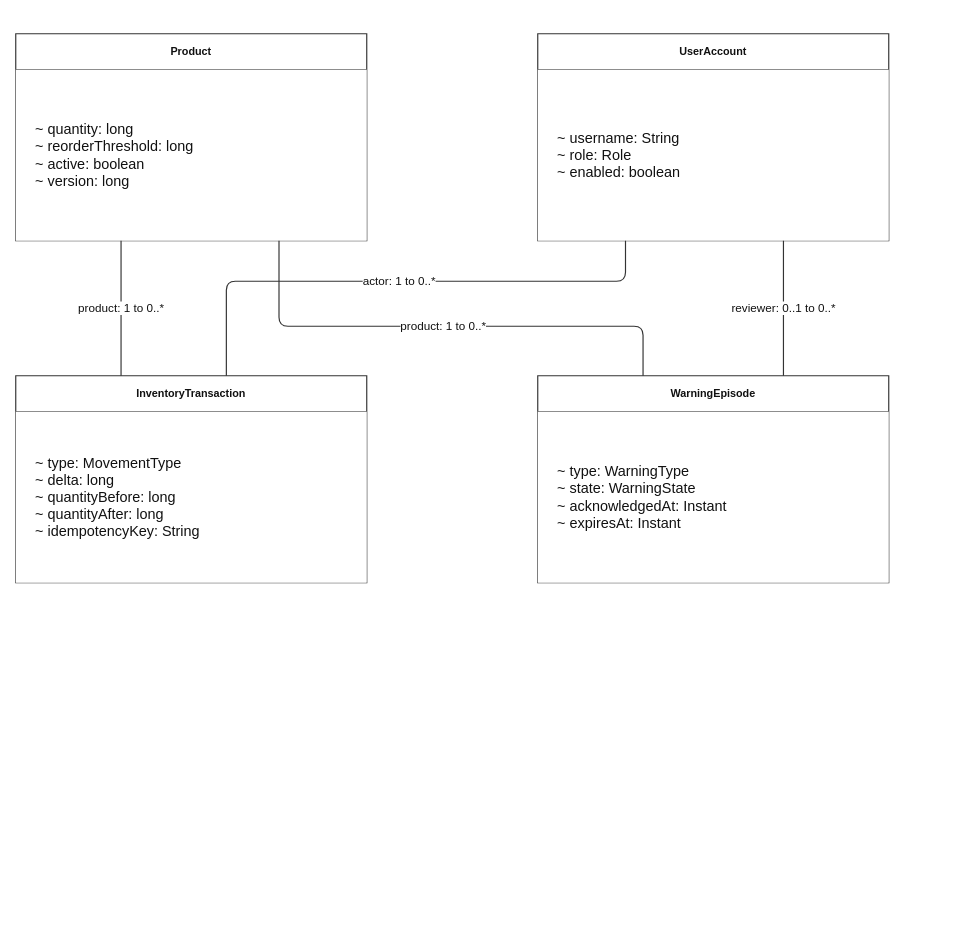
Earlier version of the draw.io diagram thesis/figure-assets/diagrams/16-uml-domain.drawio (ZeroRegister/SupermarketsSystem). Source tidied: cells renumbered, new cells numbered last; positions are measured from the earlier drawing's top-left corner, leaving out a move shared by most shapes. Both pictures are drawn from the tidied source at 90%, with x=0, y=0 at pixel (15, 33).
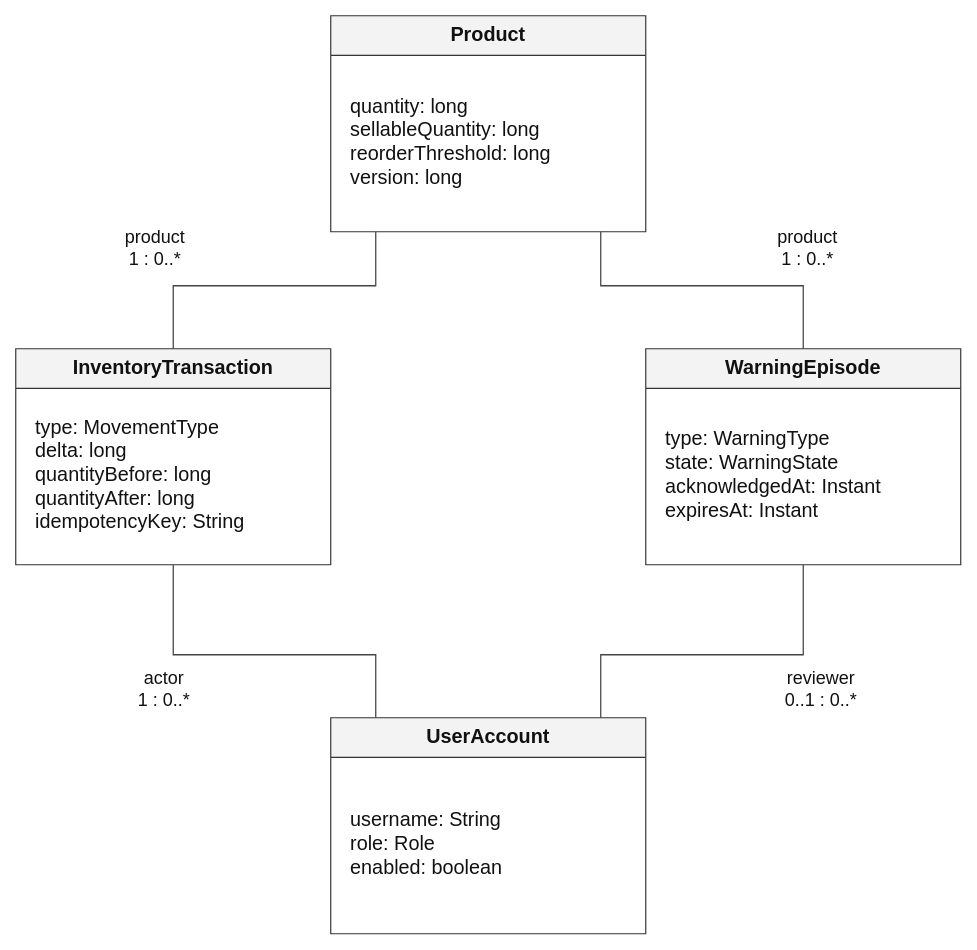
After the change.

Change to the diagram source:
```diff
@@
-    <mxCell id="2" value="Product" style="whiteSpace=wrap;html=1;fontFamily=Arial;fontSize=16;fontColor=#111111;strokeColor=#333333;strokeWidth=1.3;rounded=0;fillColor=#ffffff;swimlane;startSize=40;fontStyle=1;" parent="1" vertex="1">
-      <mxGeometry width="390" height="230" as="geometry" />
+    <mxCell id="2" value="Product" style="whiteSpace=wrap;html=1;fontFamily=Arial;fontSize=22;fontColor=#111111;strokeColor=#333333;strokeWidth=1.3;rounded=0;fillColor=#ffffff;swimlane;startSize=44;fontStyle=1;fillColor=#f3f3f3;fontSize=22;" parent="1" vertex="1">
+      <mxGeometry x="350" y="-20" width="350" height="240" as="geometry" />
     </mxCell>
-    <mxCell id="3" value="&lt;div style=&quot;text-align:left&quot;&gt;~ quantity: long&lt;br&gt;~ reorderThreshold: long&lt;br&gt;~ active: boolean&lt;br&gt;~ version: long&lt;/div&gt;" style="whiteSpace=wrap;html=1;fontFamily=Arial;fontSize=16;fontColor=#111111;strokeColor=#333333;strokeWidth=1.3;rounded=0;fillColor=#ffffff;strokeColor=none;align=left;spacingLeft=20;" parent="2" vertex="1">
-      <mxGeometry y="40" width="390" height="190" as="geometry" />
+    <mxCell id="3" value="quantity: long&#10;sellableQuantity: long&#10;reorderThreshold: long&#10;version: long" style="whiteSpace=wrap;html=1;fontFamily=Arial;fontSize=22;fontColor=#111111;strokeColor=#333333;strokeWidth=1.3;rounded=0;fillColor=#ffffff;strokeColor=none;align=left;spacingLeft=10;fontSize=22;" parent="1" vertex="1">
+      <mxGeometry x="360" y="35" width="330" height="170" as="geometry" />
     </mxCell>
-    <mxCell id="4" value="UserAccount" style="whiteSpace=wrap;html=1;fontFamily=Arial;fontSize=16;fontColor=#111111;strokeColor=#333333;strokeWidth=1.3;rounded=0;fillColor=#ffffff;swimlane;startSize=40;fontStyle=1;" parent="1" vertex="1">
-      <mxGeometry x="580" width="390" height="230" as="geometry" />
+    <mxCell id="4" value="InventoryTransaction" style="whiteSpace=wrap;html=1;fontFamily=Arial;fontSize=22;fontColor=#111111;strokeColor=#333333;strokeWidth=1.3;rounded=0;fillColor=#ffffff;swimlane;startSize=44;fontStyle=1;fillColor=#f3f3f3;fontSize=22;" parent="1" vertex="1">
+      <mxGeometry y="350" width="350" height="240" as="geometry" />
     </mxCell>
-    <mxCell id="5" value="&lt;div style=&quot;text-align:left&quot;&gt;~ username: String&lt;br&gt;~ role: Role&lt;br&gt;~ enabled: boolean&lt;/div&gt;" style="whiteSpace=wrap;html=1;fontFamily=Arial;fontSize=16;fontColor=#111111;strokeColor=#333333;strokeWidth=1.3;rounded=0;fillColor=#ffffff;strokeColor=none;align=left;spacingLeft=20;" parent="4" vertex="1">
-      <mxGeometry y="40" width="390" height="190" as="geometry" />
+    <mxCell id="5" value="type: MovementType&#10;delta: long&#10;quantityBefore: long&#10;quantityAfter: long&#10;idempotencyKey: String" style="whiteSpace=wrap;html=1;fontFamily=Arial;fontSize=22;fontColor=#111111;strokeColor=#333333;strokeWidth=1.3;rounded=0;fillColor=#ffffff;strokeColor=none;align=left;spacingLeft=10;fontSize=22;" parent="1" vertex="1">
+      <mxGeometry x="10" y="405" width="330" height="170" as="geometry" />
     </mxCell>
-    <mxCell id="6" value="InventoryTransaction" style="whiteSpace=wrap;html=1;fontFamily=Arial;fontSize=16;fontColor=#111111;strokeColor=#333333;strokeWidth=1.3;rounded=0;fillColor=#ffffff;swimlane;startSize=40;fontStyle=1;" parent="1" vertex="1">
-      <mxGeometry y="380" width="390" height="230" as="geometry" />
+    <mxCell id="6" value="WarningEpisode" style="whiteSpace=wrap;html=1;fontFamily=Arial;fontSize=22;fontColor=#111111;strokeColor=#333333;strokeWidth=1.3;rounded=0;fillColor=#ffffff;swimlane;startSize=44;fontStyle=1;fillColor=#f3f3f3;fontSize=22;" parent="1" vertex="1">
+      <mxGeometry x="700" y="350" width="350" height="240" as="geometry" />
     </mxCell>
-    <mxCell id="7" value="&lt;div style=&quot;text-align:left&quot;&gt;~ type: MovementType&lt;br&gt;~ delta: long&lt;br&gt;~ quantityBefore: long&lt;br&gt;~ quantityAfter: long&lt;br&gt;~ idempotencyKey: String&lt;/div&gt;" style="whiteSpace=wrap;html=1;fontFamily=Arial;fontSize=16;fontColor=#111111;strokeColor=#333333;strokeWidth=1.3;rounded=0;fillColor=#ffffff;strokeColor=none;align=left;spacingLeft=20;" parent="6" vertex="1">
-      <mxGeometry y="40" width="390" height="190" as="geometry" />
+    <mxCell id="7" value="type: WarningType&#10;state: WarningState&#10;acknowledgedAt: Instant&#10;expiresAt: Instant" style="whiteSpace=wrap;html=1;fontFamily=Arial;fontSize=22;fontColor=#111111;strokeColor=#333333;strokeWidth=1.3;rounded=0;fillColor=#ffffff;strokeColor=none;align=left;spacingLeft=10;fontSize=22;" parent="1" vertex="1">
+      <mxGeometry x="710" y="405" width="330" height="170" as="geometry" />
     </mxCell>
-    <mxCell id="8" value="WarningEpisode" style="whiteSpace=wrap;html=1;fontFamily=Arial;fontSize=16;fontColor=#111111;strokeColor=#333333;strokeWidth=1.3;rounded=0;fillColor=#ffffff;swimlane;startSize=40;fontStyle=1;" parent="1" vertex="1">
-      <mxGeometry x="580" y="380" width="390" height="230" as="geometry" />
+    <mxCell id="8" value="UserAccount" style="whiteSpace=wrap;html=1;fontFamily=Arial;fontSize=22;fontColor=#111111;strokeColor=#333333;strokeWidth=1.3;rounded=0;fillColor=#ffffff;swimlane;startSize=44;fontStyle=1;fillColor=#f3f3f3;fontSize=22;" parent="1" vertex="1">
+      <mxGeometry x="350" y="760" width="350" height="240" as="geometry" />
     </mxCell>
-    <mxCell id="9" value="&lt;div style=&quot;text-align:left&quot;&gt;~ type: WarningType&lt;br&gt;~ state: WarningState&lt;br&gt;~ acknowledgedAt: Instant&lt;br&gt;~ expiresAt: Instant&lt;/div&gt;" style="whiteSpace=wrap;html=1;fontFamily=Arial;fontSize=16;fontColor=#111111;strokeColor=#333333;strokeWidth=1.3;rounded=0;fillColor=#ffffff;strokeColor=none;align=left;spacingLeft=20;" parent="8" vertex="1">
-      <mxGeometry y="40" width="390" height="190" as="geometry" />
+    <mxCell id="9" value="username: String&#10;role: Role&#10;enabled: boolean" style="whiteSpace=wrap;html=1;fontFamily=Arial;fontSize=22;fontColor=#111111;strokeColor=#333333;strokeWidth=1.3;rounded=0;fillColor=#ffffff;strokeColor=none;align=left;spacingLeft=10;fontSize=22;" parent="1" vertex="1">
+      <mxGeometry x="360" y="815" width="330" height="170" as="geometry" />
     </mxCell>
-    <mxCell id="10" value="product: 1 to 0..*" style="whiteSpace=wrap;html=1;fontFamily=Arial;fontSize=16;fontColor=#111111;strokeColor=#333333;strokeWidth=1.3;edgeStyle=orthogonalEdgeStyle;rounded=1;jettySize=auto;fontSize=13;whiteSpace=nowrap;labelBackgroundColor=#ffffff;endArrow=block;endFill=1;endArrow=none;exitX=0.3;exitY=1;entryX=0.3;entryY=0;" parent="1" edge="1" source="2" target="6">
-      <mxGeometry relative="1" as="geometry" />
+    <mxCell id="10" style="html=1;rounded=0;strokeColor=#444444;strokeWidth=1.4;endArrow=none;endFill=1;" parent="1" edge="1">
+      <mxGeometry relative="1" as="geometry">
+        <mxPoint x="400" y="220" as="sourcePoint" />
+        <mxPoint x="175" y="350" as="targetPoint" />
+        <Array as="points">
+          <mxPoint x="400" y="280" />
+          <mxPoint x="175" y="280" />
+        </Array>
+      </mxGeometry>
     </mxCell>
-    <mxCell id="11" value="reviewer: 0..1 to 0..*" style="whiteSpace=wrap;html=1;fontFamily=Arial;fontSize=16;fontColor=#111111;strokeColor=#333333;strokeWidth=1.3;edgeStyle=orthogonalEdgeStyle;rounded=1;jettySize=auto;fontSize=13;whiteSpace=nowrap;labelBackgroundColor=#ffffff;endArrow=block;endFill=1;endArrow=none;exitX=0.7;exitY=1;entryX=0.7;entryY=0;" parent="1" edge="1" source="4" target="8">
-      <mxGeometry relative="1" as="geometry" />
+    <mxCell id="11" value="product&#10;1 : 0..*" style="whiteSpace=wrap;html=1;fontFamily=Arial;fontSize=22;fontColor=#111111;strokeColor=#333333;strokeWidth=1.3;rounded=0;fillColor=#ffffff;strokeColor=none;fillColor=#ffffff;fontSize=20;fontSize=20;" parent="1" vertex="1">
+      <mxGeometry x="40" y="205" width="230" height="64" as="geometry" />
     </mxCell>
-    <mxCell id="12" value="product: 1 to 0..*" style="whiteSpace=wrap;html=1;fontFamily=Arial;fontSize=16;fontColor=#111111;strokeColor=#333333;strokeWidth=1.3;edgeStyle=orthogonalEdgeStyle;rounded=1;jettySize=auto;fontSize=13;whiteSpace=nowrap;labelBackgroundColor=#ffffff;endArrow=block;endFill=1;endArrow=none;exitX=0.75;exitY=1;entryX=0.3;entryY=0;" parent="1" edge="1" source="2" target="8">
+    <mxCell id="12" style="html=1;rounded=0;strokeColor=#444444;strokeWidth=1.4;endArrow=none;endFill=1;" parent="1" edge="1">
       <mxGeometry relative="1" as="geometry">
+        <mxPoint x="650" y="220" as="sourcePoint" />
+        <mxPoint x="875" y="350" as="targetPoint" />
         <Array as="points">
-          <mxPoint x="292" y="325" />
-          <mxPoint x="697" y="325" />
+          <mxPoint x="650" y="280" />
+          <mxPoint x="875" y="280" />
         </Array>
       </mxGeometry>
     </mxCell>
-    <mxCell id="13" value="actor: 1 to 0..*" style="whiteSpace=wrap;html=1;fontFamily=Arial;fontSize=16;fontColor=#111111;strokeColor=#333333;strokeWidth=1.3;edgeStyle=orthogonalEdgeStyle;rounded=1;jettySize=auto;fontSize=13;whiteSpace=nowrap;labelBackgroundColor=#ffffff;endArrow=block;endFill=1;endArrow=none;exitX=0.25;exitY=1;entryX=0.6;entryY=0;" parent="1" edge="1" source="4" target="6">
-      <mxGeometry relative="1" as="geometry">
-        <Array as="points">
-          <mxPoint x="677" y="275" />
-          <mxPoint x="234" y="275" />
-        </Array>
-      </mxGeometry>
+    <mxCell id="13" value="product&#10;1 : 0..*" style="whiteSpace=wrap;html=1;fontFamily=Arial;fontSize=22;fontColor=#111111;strokeColor=#333333;strokeWidth=1.3;rounded=0;fillColor=#ffffff;strokeColor=none;fillColor=#ffffff;fontSize=20;fontSize=20;" parent="1" vertex="1">
+      <mxGeometry x="765" y="205" width="230" height="64" as="geometry" />
     </mxCell>
+    <mxCell id="14" style="html=1;rounded=0;strokeColor=#444444;strokeWidth=1.4;endArrow=none;endFill=1;" parent="1" edge="1">
+      <mxGeometry relative="1" as="geometry">
+        <mxPoint x="400" y="760" as="sourcePoint" />
+        <mxPoint x="175" y="590" as="targetPoint" />
+        <Array as="points">
+          <mxPoint x="400" y="690" />
+          <mxPoint x="175" y="690" />
+        </Array>
+      </mxGeometry>
+    </mxCell>
+    <mxCell id="15" value="actor&#10;1 : 0..*" style="whiteSpace=wrap;html=1;fontFamily=Arial;fontSize=22;fontColor=#111111;strokeColor=#333333;strokeWidth=1.3;rounded=0;fillColor=#ffffff;strokeColor=none;fillColor=#ffffff;fontSize=20;fontSize=20;" parent="1" vertex="1">
+      <mxGeometry x="60" y="695" width="210" height="64" as="geometry" />
+    </mxCell>
+    <mxCell id="16" style="html=1;rounded=0;strokeColor=#444444;strokeWidth=1.4;endArrow=none;endFill=1;" parent="1" edge="1">
+      <mxGeometry relative="1" as="geometry">
+        <mxPoint x="650" y="760" as="sourcePoint" />
+        <mxPoint x="875" y="590" as="targetPoint" />
+        <Array as="points">
+          <mxPoint x="650" y="690" />
+          <mxPoint x="875" y="690" />
+        </Array>
+      </mxGeometry>
+    </mxCell>
+    <mxCell id="17" value="reviewer&#10;0..1 : 0..*" style="whiteSpace=wrap;html=1;fontFamily=Arial;fontSize=22;fontColor=#111111;strokeColor=#333333;strokeWidth=1.3;rounded=0;fillColor=#ffffff;strokeColor=none;fillColor=#ffffff;fontSize=20;fontSize=20;" parent="1" vertex="1">
+      <mxGeometry x="780" y="695" width="230" height="64" as="geometry" />
+    </mxCell>
```
